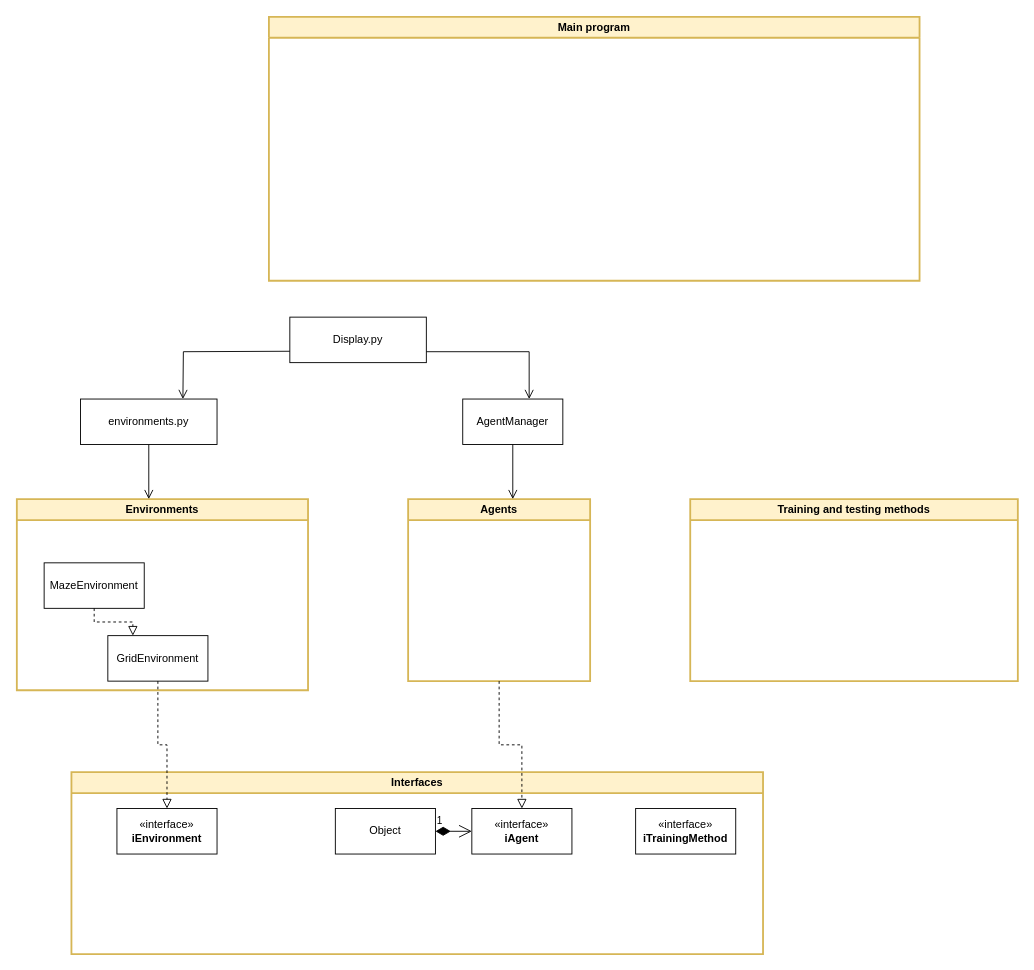
The draw.io diagram documentation/Untitled Diagram.drawio in Dorijan-Cirkveni/diplomski-rad, before the edit. Source tidied: cells renumbered, new cells numbered last; positions are measured from the earlier drawing's top-left corner, leaving out a move shared by most shapes. Both pictures are drawn from the tidied source at 91%, with x=0, y=0 at pixel (16, 16).
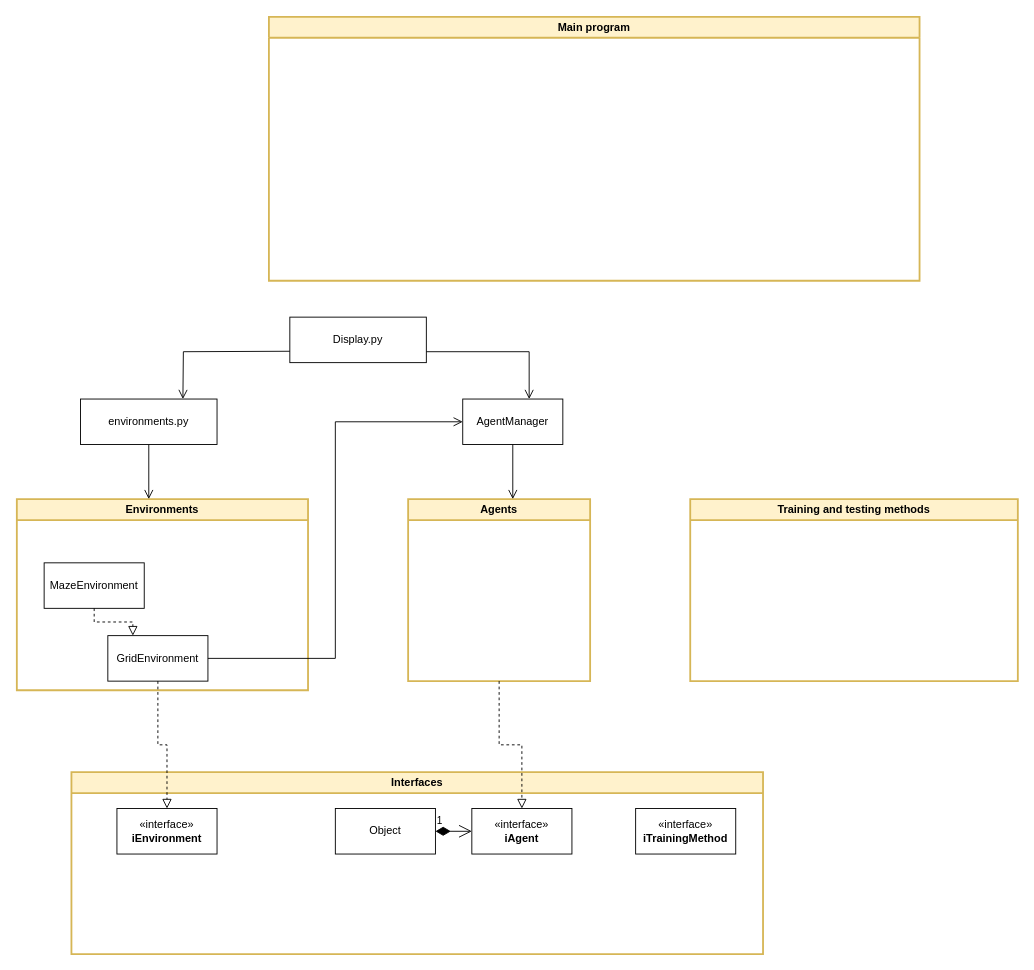
Above is the later version.

Unchanged cells that the change refers to:
```xml
<mxCell id="4" value="GridEnvironment" style="html=1;whiteSpace=wrap;" parent="3" vertex="1">
  <mxGeometry x="100" y="150" width="110" height="50" as="geometry" />
</mxCell>
<mxCell id="14" value="AgentManager" style="html=1;whiteSpace=wrap;" parent="1" vertex="1">
  <mxGeometry x="490" y="420" width="110" height="50" as="geometry" />
</mxCell>
```

What changed in the source:
```diff
@@
+    <mxCell id="24" style="endArrow=open;startArrow=none;endFill=0;startFill=0;endSize=8;html=1;verticalAlign=bottom;labelBackgroundColor=none;strokeWidth=1;rounded=0;exitX=1;exitY=0.5;exitDx=0;exitDy=0;entryX=0;entryY=0.5;entryDx=0;entryDy=0;edgeStyle=elbowEdgeStyle;" parent="1" edge="1" source="4" target="14">
+      <mxGeometry relative="1" as="geometry" />
+    </mxCell>
```
